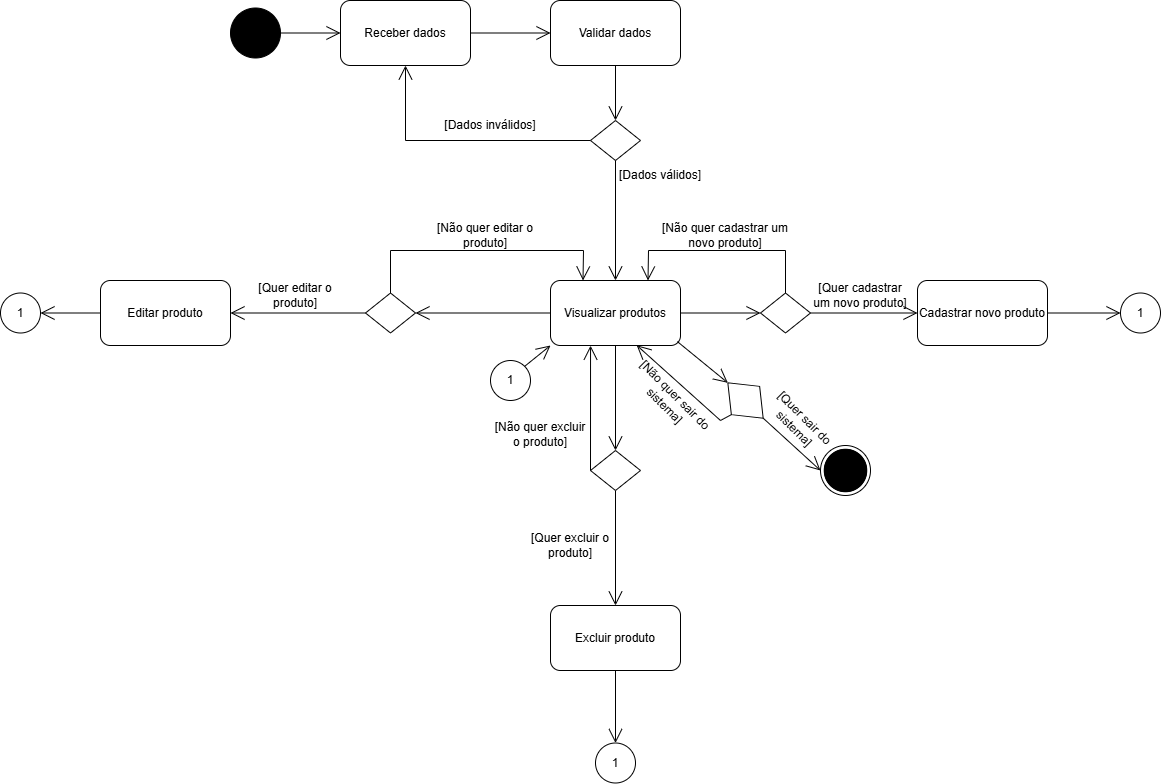
Before: APOO/diagrama_atividade/Diagrama_atividade_produtos.drawio.png, a diagram exported from draw.io (joao-marcos-azvd/Estudos-de-programacao). Source tidied: cells renumbered, new cells last; positions are measured from the earlier drawing's top-left corner, leaving out a move shared by most shapes.
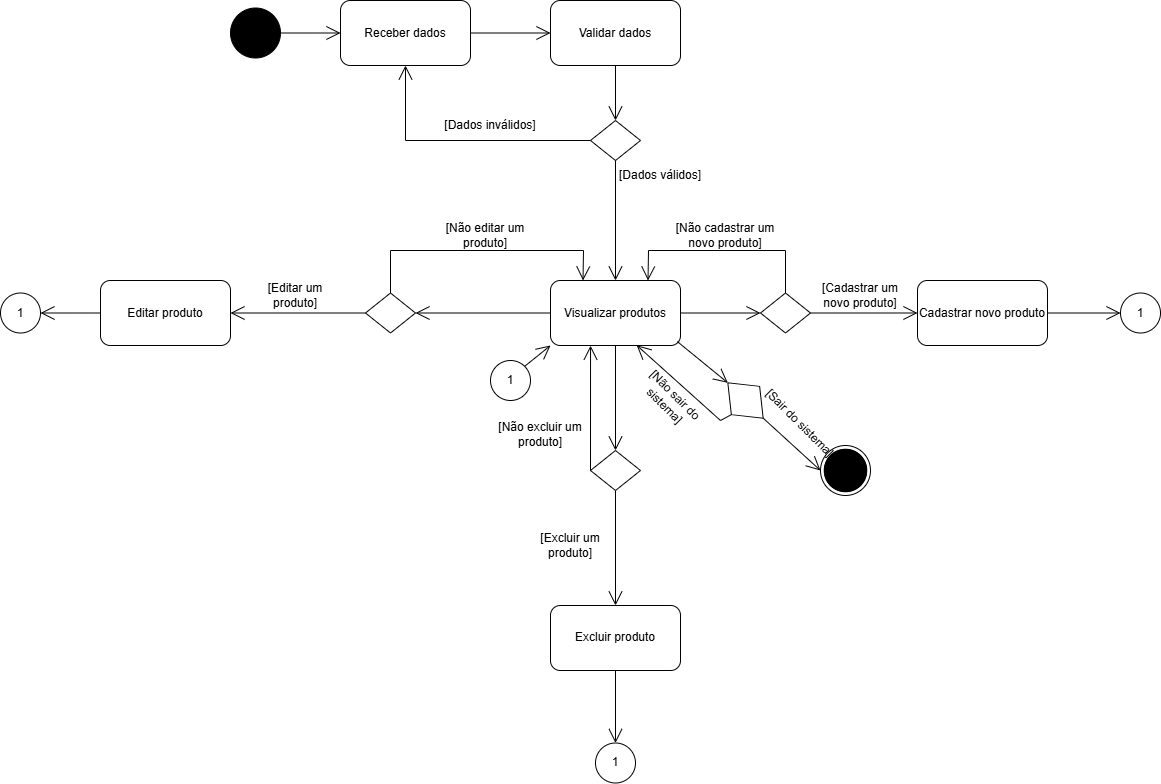
The same diagram one commit later.

Change to the diagram source:
```diff
@@ -78,7 +78,7 @@
     <mxCell id="25" style="endArrow=open;endFill=1;endSize=12;html=1;rounded=0;exitX=0;exitY=0.5;exitDx=0;exitDy=0;entryX=1;entryY=0.5;entryDx=0;entryDy=0;" parent="1" edge="1" source="15" target="22">
       <mxGeometry relative="1" as="geometry" />
     </mxCell>
-    <mxCell id="26" value="[Quer editar o produto]" style="text;strokeColor=none;align=center;fillColor=none;html=1;verticalAlign=middle;whiteSpace=wrap;rounded=0;" parent="1" vertex="1">
+    <mxCell id="26" value="[Editar um produto]" style="text;strokeColor=none;align=center;fillColor=none;html=1;verticalAlign=middle;whiteSpace=wrap;rounded=0;" parent="1" vertex="1">
       <mxGeometry x="245" y="280" width="100" height="30" as="geometry" />
     </mxCell>
     <mxCell id="27" style="endArrow=open;endFill=1;endSize=12;html=1;rounded=0;exitX=0.5;exitY=0;exitDx=0;exitDy=0;entryX=0.25;entryY=0;entryDx=0;entryDy=0;" parent="1" edge="1" source="22" target="15">
@@ -89,7 +89,7 @@
         </Array>
       </mxGeometry>
     </mxCell>
-    <mxCell id="28" value="[Não quer editar o produto]" style="text;strokeColor=none;align=center;fillColor=none;html=1;verticalAlign=middle;whiteSpace=wrap;rounded=0;" parent="1" vertex="1">
+    <mxCell id="28" value="[Não editar um produto]" style="text;strokeColor=none;align=center;fillColor=none;html=1;verticalAlign=middle;whiteSpace=wrap;rounded=0;" parent="1" vertex="1">
       <mxGeometry x="435" y="220" width="100" height="30" as="geometry" />
     </mxCell>
     <mxCell id="29" style="endArrow=open;endFill=1;endSize=12;html=1;rounded=0;exitX=0.5;exitY=1;exitDx=0;exitDy=0;entryX=0.5;entryY=0;entryDx=0;entryDy=0;" parent="1" edge="1" source="15" target="23">
@@ -98,10 +98,10 @@
     <mxCell id="30" style="endArrow=open;endFill=1;endSize=12;html=1;rounded=0;exitX=0;exitY=0.5;exitDx=0;exitDy=0;entryX=0.308;entryY=1.002;entryDx=0;entryDy=0;entryPerimeter=0;" parent="1" edge="1" source="23" target="15">
       <mxGeometry relative="1" as="geometry" />
     </mxCell>
-    <mxCell id="31" value="[Quer excluir o produto]" style="text;strokeColor=none;align=center;fillColor=none;html=1;verticalAlign=middle;whiteSpace=wrap;rounded=0;" parent="1" vertex="1">
+    <mxCell id="31" value="[Excluir um produto]" style="text;strokeColor=none;align=center;fillColor=none;html=1;verticalAlign=middle;whiteSpace=wrap;rounded=0;" parent="1" vertex="1">
       <mxGeometry x="520" y="530" width="100" height="30" as="geometry" />
     </mxCell>
-    <mxCell id="32" value="[Não quer excluir o produto]" style="text;strokeColor=none;align=center;fillColor=none;html=1;verticalAlign=middle;whiteSpace=wrap;rounded=0;" parent="1" vertex="1">
+    <mxCell id="32" value="[Não excluir um produto]" style="text;strokeColor=none;align=center;fillColor=none;html=1;verticalAlign=middle;whiteSpace=wrap;rounded=0;" parent="1" vertex="1">
       <mxGeometry x="490" y="418.8" width="100" height="30" as="geometry" />
     </mxCell>
     <mxCell id="33" style="endArrow=open;endFill=1;endSize=12;html=1;rounded=0;exitX=1;exitY=0.5;exitDx=0;exitDy=0;entryX=0;entryY=0.5;entryDx=0;entryDy=0;" parent="1" edge="1" source="15" target="24">
@@ -118,10 +118,10 @@
         </Array>
       </mxGeometry>
     </mxCell>
-    <mxCell id="36" value="[Quer cadastrar um novo produto]" style="text;strokeColor=none;align=center;fillColor=none;html=1;verticalAlign=middle;whiteSpace=wrap;rounded=0;" parent="1" vertex="1">
+    <mxCell id="36" value="[Cadastrar um novo produto]" style="text;strokeColor=none;align=center;fillColor=none;html=1;verticalAlign=middle;whiteSpace=wrap;rounded=0;" parent="1" vertex="1">
       <mxGeometry x="810" y="280" width="100" height="30" as="geometry" />
     </mxCell>
-    <mxCell id="37" value="[Não quer cadastrar um novo produto]" style="text;strokeColor=none;align=center;fillColor=none;html=1;verticalAlign=middle;whiteSpace=wrap;rounded=0;" parent="1" vertex="1">
+    <mxCell id="37" value="[Não cadastrar um novo produto]" style="text;strokeColor=none;align=center;fillColor=none;html=1;verticalAlign=middle;whiteSpace=wrap;rounded=0;" parent="1" vertex="1">
       <mxGeometry x="660" y="220" width="130" height="30" as="geometry" />
     </mxCell>
     <mxCell id="38" style="rhombus;whiteSpace=wrap;html=1;rotation=45;" parent="1" vertex="1">
@@ -130,7 +130,7 @@
     <mxCell id="39" style="endArrow=open;endFill=1;endSize=12;html=1;rounded=0;exitX=0.976;exitY=0.94;exitDx=0;exitDy=0;entryX=0;entryY=0.5;entryDx=0;entryDy=0;exitPerimeter=0;" parent="1" edge="1" source="15" target="38">
       <mxGeometry relative="1" as="geometry" />
     </mxCell>
-    <mxCell id="40" value="[Quer sair do sistema]" style="text;strokeColor=none;align=center;fillColor=none;html=1;verticalAlign=middle;whiteSpace=wrap;rounded=0;rotation=45;" parent="1" vertex="1">
+    <mxCell id="40" value="[Sair do sistema]" style="text;strokeColor=none;align=center;fillColor=none;html=1;verticalAlign=middle;whiteSpace=wrap;rounded=0;rotation=45;" parent="1" vertex="1">
       <mxGeometry x="750" y="407.5" width="100" height="30" as="geometry" />
     </mxCell>
     <mxCell id="41" style="endArrow=open;endFill=1;endSize=12;html=1;rounded=0;exitX=0.5;exitY=1;exitDx=0;exitDy=0;entryX=0.663;entryY=0.996;entryDx=0;entryDy=0;entryPerimeter=0;" parent="1" edge="1" source="38" target="15">
@@ -140,7 +140,7 @@
         </Array>
       </mxGeometry>
     </mxCell>
-    <mxCell id="42" value="[Não quer sair do sistema]" style="text;strokeColor=none;align=center;fillColor=none;html=1;verticalAlign=middle;whiteSpace=wrap;rounded=0;rotation=45;" parent="1" vertex="1">
+    <mxCell id="42" value="[Não sair do sistema]" style="text;strokeColor=none;align=center;fillColor=none;html=1;verticalAlign=middle;whiteSpace=wrap;rounded=0;rotation=45;" parent="1" vertex="1">
       <mxGeometry x="620" y="385" width="100" height="30" as="geometry" />
     </mxCell>
     <mxCell id="43" value="1" style="ellipse;whiteSpace=wrap;html=1;" parent="1" vertex="1">
```
